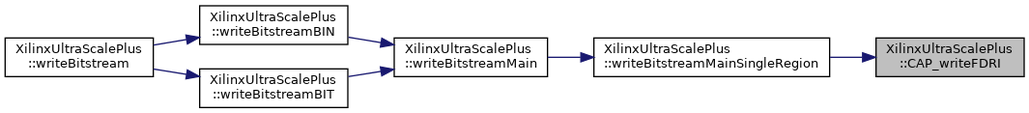
FPGA-Research-Manchester/byteman keeps this Graphviz diagram as classXilinxUltraScalePlus_ab2c3ca3d68a14cd6cf50d1f8cca6b0ed_icgraph.png. Above is the earlier version. Its source is kept beside it as classXilinxUltraScalePlus_ab2c3ca3d68a14cd6cf50d1f8cca6b0ed_icgraph.dot.
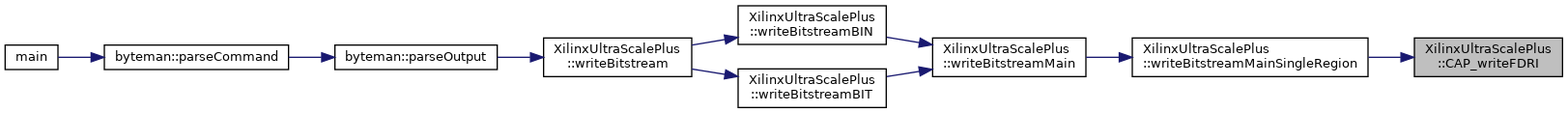
Later version of the same file.

Diff of the diagram source:
```diff
@@ -12,7 +12,13 @@
   Node4 [label="XilinxUltraScalePlus\l::writeBitstreamBIN",height=0.2,width=0.4,color="black", fillcolor="white", style="filled",URL="$classXilinxUltraScalePlus.html#ab32b8ddf6ed62003568932d9167f7231",tooltip=" "];
   Node4 -> Node5 [dir="back",color="midnightblue",fontsize="10",style="solid",fontname="Helvetica"];
   Node5 [label="XilinxUltraScalePlus\l::writeBitstream",height=0.2,width=0.4,color="black", fillcolor="white", style="filled",URL="$classXilinxUltraScalePlus.html#a7f2a7c34766d004adc6f1cfe1bdd62e7",tooltip=" "];
-  Node3 -> Node6 [dir="back",color="midnightblue",fontsize="10",style="solid",fontname="Helvetica"];
-  Node6 [label="XilinxUltraScalePlus\l::writeBitstreamBIT",height=0.2,width=0.4,color="black", fillcolor="white", style="filled",URL="$classXilinxUltraScalePlus.html#aafc764306446548f9127f3e30759af49",tooltip=" "];
-  Node6 -> Node5 [dir="back",color="midnightblue",fontsize="10",style="solid",fontname="Helvetica"];
+  Node5 -> Node6 [dir="back",color="midnightblue",fontsize="10",style="solid",fontname="Helvetica"];
+  Node6 [label="byteman::parseOutput",height=0.2,width=0.4,color="black", fillcolor="white", style="filled",URL="$classbyteman.html#a2ff1e5c9e9b542e9f74768b296ace32f",tooltip=" "];
+  Node6 -> Node7 [dir="back",color="midnightblue",fontsize="10",style="solid",fontname="Helvetica"];
+  Node7 [label="byteman::parseCommand",height=0.2,width=0.4,color="black", fillcolor="white", style="filled",URL="$classbyteman.html#a97ad2d6b20a10ddb0dd8d373159eea4e",tooltip=" "];
+  Node7 -> Node8 [dir="back",color="midnightblue",fontsize="10",style="solid",fontname="Helvetica"];
+  Node8 [label="main",height=0.2,width=0.4,color="black", fillcolor="white", style="filled",URL="$byteman_8cpp.html#a0ddf1224851353fc92bfbff6f499fa97",tooltip=" "];
+  Node3 -> Node9 [dir="back",color="midnightblue",fontsize="10",style="solid",fontname="Helvetica"];
+  Node9 [label="XilinxUltraScalePlus\l::writeBitstreamBIT",height=0.2,width=0.4,color="black", fillcolor="white", style="filled",URL="$classXilinxUltraScalePlus.html#aafc764306446548f9127f3e30759af49",tooltip=" "];
+  Node9 -> Node5 [dir="back",color="midnightblue",fontsize="10",style="solid",fontname="Helvetica"];
 }
```
